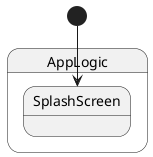
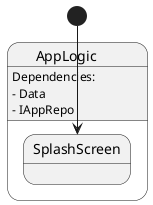
@startuml AppLogic
state AppLogic {
  state SplashScreen
}

[*] --> SplashScreen
+ 
+ AppLogic : Dependencies:
+ AppLogic : - Data
+ AppLogic : - IAppRepo
@enduml